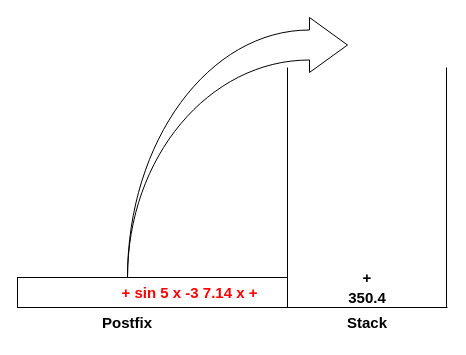
This is page "computePostfix" (2 of 4) of img/calculator_reactjs.drawio from hnbandomachi/calculator, a draw.io file, before an edit. Source tidied: cells renumbered, new cells numbered last; positions are measured from the earlier drawing's top-left corner, leaving out a move shared by most shapes. Both pictures are drawn from the tidied source at 100%, with x=0, y=0 at pixel (17, 17).
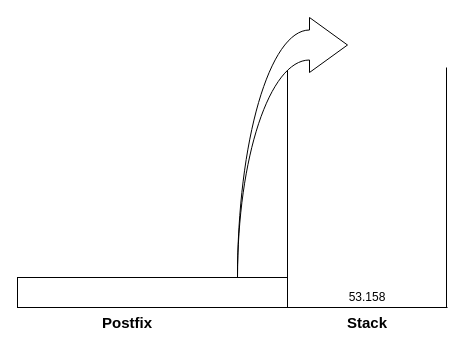
The same page after the edit.

Diff of the diagram source:
```diff
@@
 <mxGraphModel>
   <root>
     <mxCell id="0" />
     <mxCell id="1" parent="0" />
     <mxCell id="2" style="group;" parent="1" vertex="1">
       <mxGeometry x="270" y="50" width="160" height="270" as="geometry" />
     </mxCell>
     <mxCell id="3" style="group;" parent="2" vertex="1">
       <mxGeometry width="160" height="240" as="geometry" />
     </mxCell>
     <mxCell id="4" style="endArrow=none;html=1;rounded=0;" parent="3" edge="1">
       <mxGeometry relative="1" as="geometry">
         <mxPoint y="240" as="sourcePoint" />
         <mxPoint as="targetPoint" />
       </mxGeometry>
     </mxCell>
     <mxCell id="5" style="endArrow=none;html=1;rounded=0;" parent="3" edge="1">
       <mxGeometry relative="1" as="geometry">
         <mxPoint y="240" as="sourcePoint" />
         <mxPoint x="160" y="240" as="targetPoint" />
       </mxGeometry>
     </mxCell>
     <mxCell id="6" style="endArrow=none;html=1;rounded=0;" parent="3" edge="1">
       <mxGeometry relative="1" as="geometry">
         <mxPoint x="159" y="240" as="sourcePoint" />
         <mxPoint x="159" as="targetPoint" />
       </mxGeometry>
     </mxCell>
-    <mxCell id="7" value="&lt;b&gt;&lt;font style=&quot;font-size: 15px&quot;&gt;350.4&lt;/font&gt;&lt;/b&gt;" style="text;html=1;strokeColor=none;fillColor=none;align=center;verticalAlign=middle;whiteSpace=wrap;rounded=0;" parent="3" vertex="1">
-      <mxGeometry x="60" y="220" width="40" height="20" as="geometry" />
-    </mxCell>
-    <mxCell id="8" value="&lt;b&gt;&lt;font style=&quot;font-size: 15px&quot;&gt;+&lt;/font&gt;&lt;/b&gt;" style="text;html=1;strokeColor=none;fillColor=none;align=center;verticalAlign=middle;whiteSpace=wrap;rounded=0;" parent="3" vertex="1">
-      <mxGeometry x="60" y="200" width="40" height="20" as="geometry" />
-    </mxCell>
+    <mxCell id="14" value="53.158" style="text;html=1;strokeColor=none;fillColor=none;align=center;verticalAlign=middle;whiteSpace=wrap;rounded=0;" parent="3" vertex="1">
+      <mxGeometry x="60" y="220" width="40" height="20" as="geometry" />
+    </mxCell>
     <mxCell id="9" value="Stack" style="text;html=1;strokeColor=none;fillColor=none;align=center;verticalAlign=middle;whiteSpace=wrap;rounded=0;fontSize=15;fontStyle=1;" parent="2" vertex="1">
       <mxGeometry x="50" y="240" width="60" height="30" as="geometry" />
     </mxCell>
     <mxCell id="10" style="text;html=1;strokeColor=default;fillColor=none;align=center;verticalAlign=middle;whiteSpace=wrap;rounded=0;fontSize=15;" parent="1" vertex="1">
       <mxGeometry y="260" width="270" height="30" as="geometry" />
     </mxCell>
     <mxCell id="11" value="Postfix" style="text;html=1;strokeColor=none;fillColor=none;align=center;verticalAlign=middle;whiteSpace=wrap;rounded=0;fontSize=15;fontStyle=1;" parent="1" vertex="1">
       <mxGeometry x="80" y="290" width="60" height="30" as="geometry" />
     </mxCell>
     <mxCell id="12" style="html=1;shadow=0;dashed=0;align=center;verticalAlign=middle;shape=mxgraph.arrows2.jumpInArrow;dy=15;dx=38;arrowHead=55;" parent="1" vertex="1">
-      <mxGeometry x="110" width="220" height="260" as="geometry" />
+      <mxGeometry x="220" width="110" height="260" as="geometry" />
     </mxCell>
-    <mxCell id="13" value="&lt;b style=&quot;text-align: left&quot;&gt;&lt;font color=&quot;#ff0000&quot;&gt;&amp;nbsp; &amp;nbsp; &amp;nbsp; &amp;nbsp; &amp;nbsp; &amp;nbsp; &amp;nbsp; &amp;nbsp; &amp;nbsp; + sin 5 x -3 7.14 x +&lt;/font&gt;&lt;/b&gt;" style="text;html=1;fillColor=none;align=center;verticalAlign=middle;whiteSpace=wrap;rounded=0;fontSize=15;labelBorderColor=none;strokeColor=#000000;" parent="1" vertex="1">
+    <mxCell id="13" style="text;html=1;fillColor=none;align=left;verticalAlign=middle;whiteSpace=wrap;rounded=0;fontSize=15;labelBorderColor=none;strokeColor=#000000;" parent="1" vertex="1">
       <mxGeometry y="260" width="270" height="30" as="geometry" />
     </mxCell>
   </root>
 </mxGraphModel>
```
